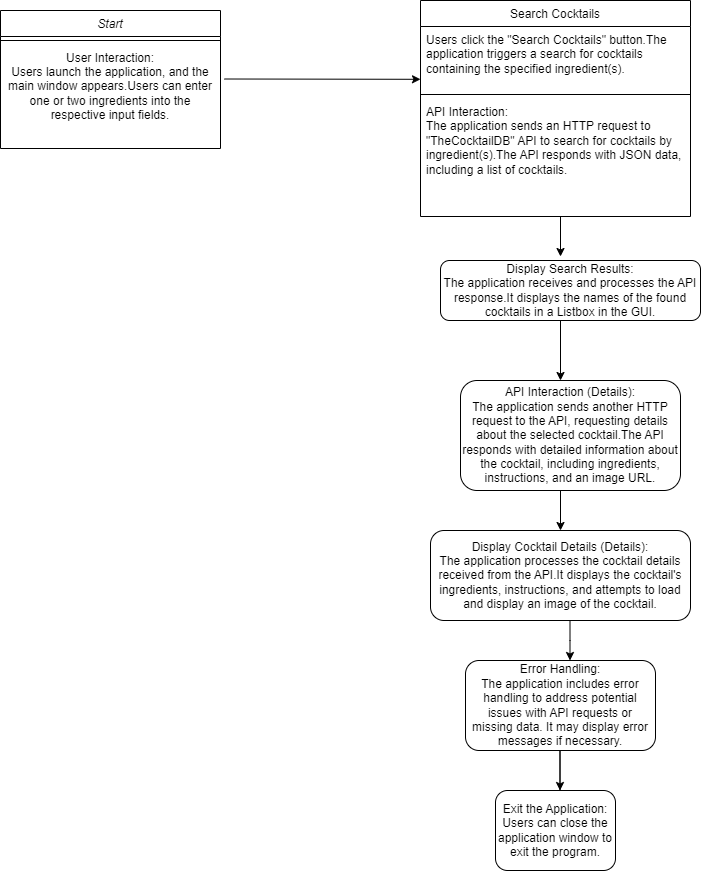
This is Shake_It_Up/FlowDiagram.png from MiaaPanda/Final-Project-Shake-It-Up, a draw.io export, as it was before one commit. Source tidied: cells renumbered, new cells last; positions are measured from the earlier drawing's top-left corner, leaving out a move shared by most shapes.
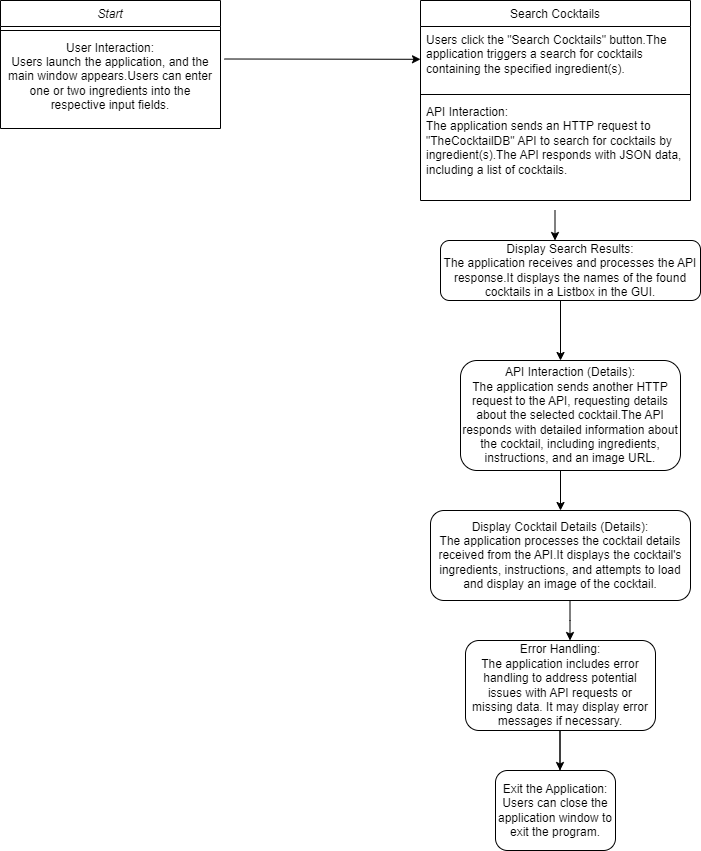
Later version of the same file.

The edit, as a diff of the source:
```diff
@@ -3,7 +3,7 @@
     <mxCell id="0" />
     <mxCell id="1" parent="0" />
     <mxCell id="2" value="Start" style="swimlane;fontStyle=2;align=center;verticalAlign=top;horizontal=1;startSize=26;rounded=0;shadow=0;strokeWidth=1;" parent="1" vertex="1">
-      <mxGeometry y="10" width="220" height="138" as="geometry" />
+      <mxGeometry y="20" width="220" height="128" as="geometry" />
     </mxCell>
     <mxCell id="3" style="line;html=1;strokeWidth=1;align=left;verticalAlign=middle;spacingTop=-1;spacingLeft=3;spacingRight=3;labelPosition=right;" parent="2" vertex="1">
       <mxGeometry y="26" width="220" height="8" as="geometry" />
@@ -12,7 +12,7 @@
       <mxGeometry y="34" width="220" height="84" as="geometry" />
     </mxCell>
     <mxCell id="5" value="Search Cocktails" style="swimlane;fontStyle=0;align=center;verticalAlign=top;horizontal=1;startSize=26;rounded=0;shadow=0;strokeWidth=1;" parent="1" vertex="1">
-      <mxGeometry x="420" width="270" height="216" as="geometry" />
+      <mxGeometry x="420" y="20" width="270" height="200" as="geometry" />
     </mxCell>
     <mxCell id="6" value="Users click the &quot;Search Cocktails&quot; button.The application triggers a search for cocktails containing the specified ingredient(s)." style="text;align=left;verticalAlign=top;spacingLeft=4;spacingRight=4;overflow=hidden;rounded=0;shadow=0;html=0;whiteSpace=wrap;" parent="5" vertex="1">
       <mxGeometry y="26" width="270" height="64" as="geometry" />
@@ -23,12 +23,6 @@
     <mxCell id="8" value="API Interaction:&#10;The application sends an HTTP request to &quot;TheCocktailDB&quot; API to search for cocktails by ingredient(s).The API responds with JSON data, including a list of cocktails." style="text;align=left;verticalAlign=top;spacingLeft=4;spacingRight=4;overflow=hidden;whiteSpace=wrap;" parent="5" vertex="1">
       <mxGeometry y="98" width="270" height="102" as="geometry" />
     </mxCell>
-    <mxCell id="9" style="endArrow=classic;html=1;rounded=0;" parent="1" edge="1">
-      <mxGeometry relative="1" as="geometry">
-        <mxPoint x="560" y="216" as="sourcePoint" />
-        <mxPoint x="560" y="256" as="targetPoint" />
-      </mxGeometry>
-    </mxCell>
     <mxCell id="10" value="Display Search Results:&#10;The application receives and processes the API response.It displays the names of the found cocktails in a Listbox in the GUI." style="rounded=1;whiteSpace=wrap;" parent="1" vertex="1">
       <mxGeometry x="440" y="260" width="260" height="60" as="geometry" />
     </mxCell>
@@ -87,5 +81,11 @@
         </Array>
       </mxGeometry>
     </mxCell>
+    <mxCell id="20" style="endArrow=classic;html=1;rounded=0;" parent="1" edge="1">
+      <mxGeometry relative="1" as="geometry">
+        <mxPoint x="554.5" y="230" as="sourcePoint" />
+        <mxPoint x="554.5" y="260" as="targetPoint" />
+      </mxGeometry>
+    </mxCell>
   </root>
 </mxGraphModel>
```
